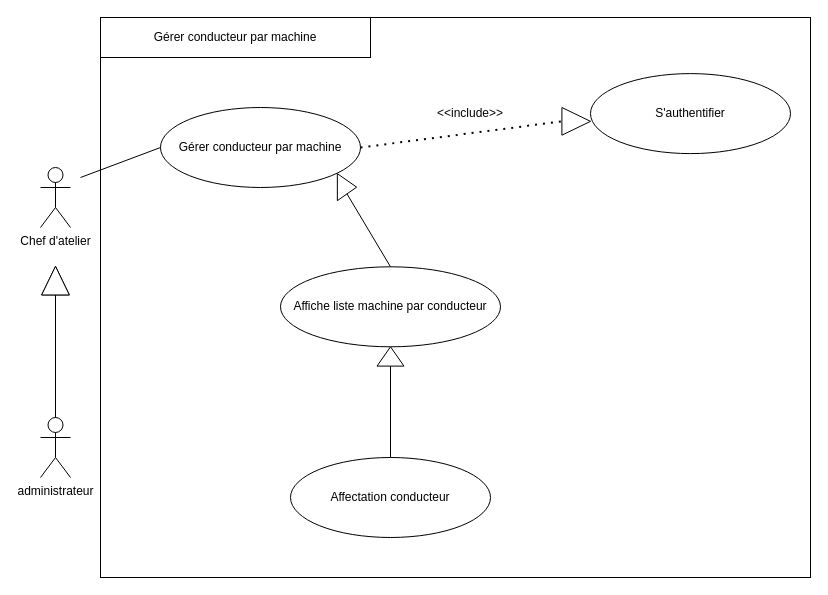
This is cuGérerConducteurParMachine.drawio from AbdelazizBs/GPAO-SpringApp, a draw.io file, before an edit. Source tidied: cells renumbered, new cells numbered last; positions are measured from the earlier drawing's top-left corner, leaving out a move shared by most shapes. Both pictures are drawn from the tidied source at 100%, with x=0, y=0 at pixel (40, 17).
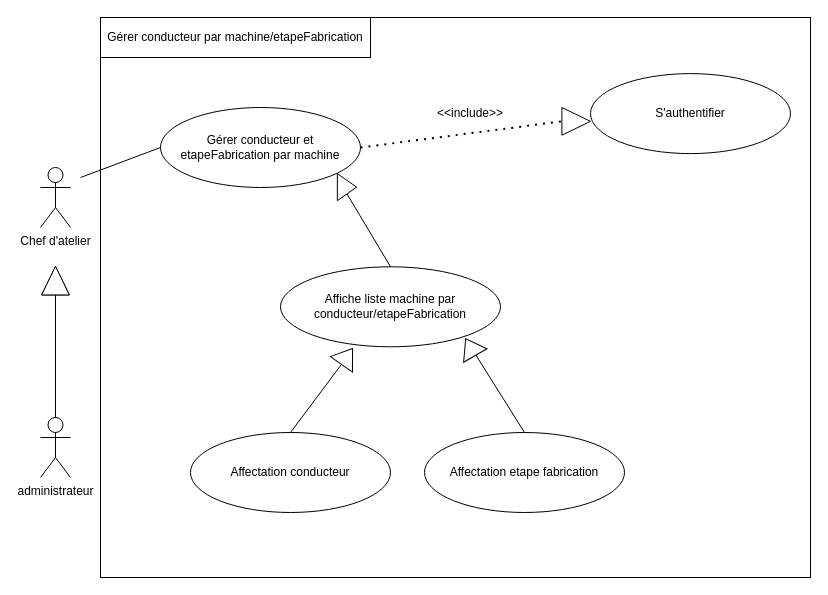
After the change.

Commit message:
Mettre à jour cuGérerConducteurParMachine.drawio

What changed in the source:
```diff
@@
-    <mxCell id="5" value="Gérer conducteur par machine" style="ellipse;whiteSpace=wrap;html=1;" parent="1" vertex="1">
+    <mxCell id="5" value="Gérer conducteur et etapeFabrication par machine" style="ellipse;whiteSpace=wrap;html=1;" parent="1" vertex="1">
       <mxGeometry x="120" y="90" width="200" height="80" as="geometry" />
     </mxCell>
@@
-    <mxCell id="8" value="Affiche liste machine par conducteur" style="ellipse;whiteSpace=wrap;html=1;" parent="1" vertex="1">
+    <mxCell id="8" value="Affiche liste machine par conducteur/etapeFabrication" style="ellipse;whiteSpace=wrap;html=1;" parent="1" vertex="1">
       <mxGeometry x="240" y="249.3" width="220" height="80" as="geometry" />
     </mxCell>
@@
     <mxCell id="14" value="Affectation conducteur" style="ellipse;whiteSpace=wrap;html=1;" parent="1" vertex="1">
-      <mxGeometry x="250" y="440" width="200" height="80" as="geometry" />
+      <mxGeometry x="150" y="415" width="200" height="80" as="geometry" />
     </mxCell>
@@
-    <mxCell id="19" value="Gérer conducteur par machine" style="rounded=0;whiteSpace=wrap;html=1;" parent="1" vertex="1">
+    <mxCell id="19" value="Gérer conducteur par machine/etapeFabrication" style="rounded=0;whiteSpace=wrap;html=1;" parent="1" vertex="1">
       <mxGeometry x="60" width="270" height="40" as="geometry" />
     </mxCell>
-    <mxCell id="20" style="triangle;whiteSpace=wrap;html=1;rotation=-180;direction=south;" parent="1" vertex="1">
-      <mxGeometry x="336.5" y="329.3" width="27" height="19.3" as="geometry" />
+    <mxCell id="20" style="triangle;whiteSpace=wrap;html=1;rotation=-145;direction=south;" parent="1" vertex="1">
+      <mxGeometry x="293" y="329.3" width="27" height="19.3" as="geometry" />
     </mxCell>
+    <mxCell id="21" value="Affectation etape fabrication" style="ellipse;whiteSpace=wrap;html=1;" parent="1" vertex="1">
+      <mxGeometry x="384" y="415" width="200" height="80" as="geometry" />
+    </mxCell>
+    <mxCell id="22" style="endArrow=none;html=1;rounded=0;entryX=1;entryY=0.5;entryDx=0;entryDy=0;exitX=0.5;exitY=0;exitDx=0;exitDy=0;" parent="1" edge="1" source="21" target="23">
+      <mxGeometry relative="1" as="geometry" />
+    </mxCell>
+    <mxCell id="23" style="triangle;whiteSpace=wrap;html=1;rotation=-210;direction=south;" parent="1" vertex="1">
+      <mxGeometry x="416.5" y="320" width="27" height="19.3" as="geometry" />
+    </mxCell>
```
